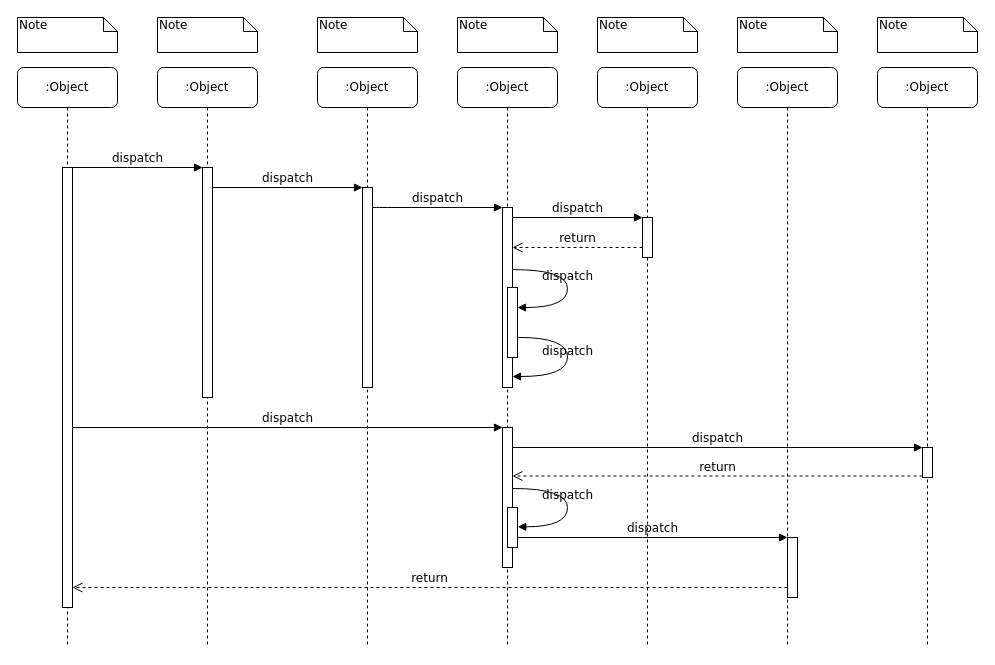
watchpoints/weekly keeps this draw.io diagram as Excel/2022/未命名绘图.drawio. Above is the earlier version. Source tidied: cells renumbered, new cells numbered last; positions are measured from the earlier drawing's top-left corner, leaving out a move shared by most shapes. Both pictures are drawn from the tidied source at 100%, with x=0, y=0 at pixel (17, 17).
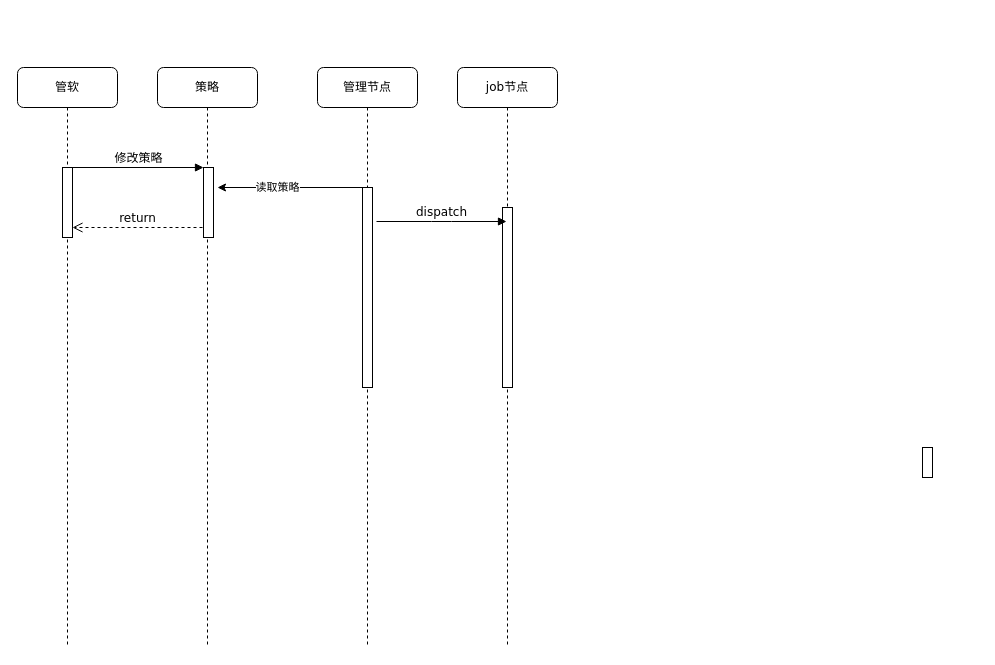
The same diagram, later.

The change refers to these unchanged cells:
```xml
<mxCell id="5" style="html=1;points=[];perimeter=orthogonalPerimeter;rounded=0;shadow=0;comic=0;labelBackgroundColor=none;strokeWidth=1;fontFamily=Verdana;fontSize=12;align=center;" parent="4" vertex="1">
  <mxGeometry x="45" y="120" width="10" height="200" as="geometry" />
</mxCell>
<mxCell id="12" style="html=1;points=[];perimeter=orthogonalPerimeter;rounded=0;shadow=0;comic=0;labelBackgroundColor=none;strokeWidth=1;fontFamily=Verdana;fontSize=12;align=center;" parent="1" vertex="1">
  <mxGeometry x="485" y="190" width="10" height="180" as="geometry" />
</mxCell>
<mxCell id="19" style="html=1;points=[];perimeter=orthogonalPerimeter;rounded=0;shadow=0;comic=0;labelBackgroundColor=none;strokeColor=#000000;strokeWidth=1;fillColor=#FFFFFF;fontFamily=Verdana;fontSize=12;fontColor=#000000;align=center;" parent="1" vertex="1">
  <mxGeometry x="905" y="430" width="10" height="30" as="geometry" />
</mxCell>
```

Change to the diagram source:
```diff
@@
-    <mxCell id="2" value=":Object" style="shape=umlLifeline;perimeter=lifelinePerimeter;whiteSpace=wrap;html=1;rounded=1;shadow=0;comic=0;labelBackgroundColor=none;strokeWidth=1;fontFamily=Verdana;fontSize=12;align=center;" parent="1" vertex="1">
+    <mxCell id="2" value="策略" style="shape=umlLifeline;perimeter=lifelinePerimeter;whiteSpace=wrap;html=1;rounded=1;shadow=0;comic=0;labelBackgroundColor=none;strokeWidth=1;fontFamily=Verdana;fontSize=12;align=center;" parent="1" vertex="1">
       <mxGeometry x="140" y="50" width="100" height="580" as="geometry" />
     </mxCell>
     <mxCell id="3" style="html=1;points=[];perimeter=orthogonalPerimeter;rounded=0;shadow=0;comic=0;labelBackgroundColor=none;strokeWidth=1;fontFamily=Verdana;fontSize=12;align=center;" parent="2" vertex="1">
-      <mxGeometry x="45" y="100" width="10" height="230" as="geometry" />
+      <mxGeometry x="46" y="100" width="10" height="70" as="geometry" />
     </mxCell>
+    <mxCell id="39" style="endArrow=classic;html=1;rounded=0;" parent="2" edge="1" source="4">
+      <mxGeometry relative="1" as="geometry">
+        <mxPoint x="60" y="120" as="targetPoint" />
+      </mxGeometry>
+    </mxCell>
+    <mxCell id="40" value="读取策略" style="edgeLabel;html=1;align=center;verticalAlign=middle;" parent="39" vertex="1">
+      <mxGeometry x="0.21" y="-1" relative="1" as="geometry" />
+    </mxCell>
-    <mxCell id="4" value=":Object" style="shape=umlLifeline;perimeter=lifelinePerimeter;whiteSpace=wrap;html=1;outlineConnect=0;rounded=1;shadow=0;comic=0;labelBackgroundColor=none;strokeWidth=1;fontFamily=Verdana;fontSize=12;align=center;" parent="1" vertex="1">
+    <mxCell id="4" value="管理节点" style="shape=umlLifeline;perimeter=lifelinePerimeter;whiteSpace=wrap;html=1;outlineConnect=0;rounded=1;shadow=0;comic=0;labelBackgroundColor=none;strokeWidth=1;fontFamily=Verdana;fontSize=12;align=center;" parent="1" vertex="1">
       <mxGeometry x="300" y="50" width="100" height="580" as="geometry" />
     </mxCell>
@@
-    <mxCell id="6" value=":Object" style="shape=umlLifeline;perimeter=lifelinePerimeter;whiteSpace=wrap;html=1;rounded=1;shadow=0;comic=0;labelBackgroundColor=none;strokeWidth=1;fontFamily=Verdana;fontSize=12;align=center;" parent="1" vertex="1">
+    <mxCell id="6" value="job节点" style="shape=umlLifeline;perimeter=lifelinePerimeter;whiteSpace=wrap;html=1;rounded=1;shadow=0;comic=0;labelBackgroundColor=none;strokeWidth=1;fontFamily=Verdana;fontSize=12;align=center;" parent="1" vertex="1">
       <mxGeometry x="440" y="50" width="100" height="580" as="geometry" />
     </mxCell>
-    <mxCell id="7" value=":Object" style="shape=umlLifeline;perimeter=lifelinePerimeter;whiteSpace=wrap;html=1;rounded=1;shadow=0;comic=0;labelBackgroundColor=none;strokeWidth=1;fontFamily=Verdana;fontSize=12;align=center;" parent="1" vertex="1">
-      <mxGeometry x="580" y="50" width="100" height="580" as="geometry" />
-    </mxCell>
-    <mxCell id="8" value=":Object" style="shape=umlLifeline;perimeter=lifelinePerimeter;whiteSpace=wrap;html=1;rounded=1;shadow=0;comic=0;labelBackgroundColor=none;strokeWidth=1;fontFamily=Verdana;fontSize=12;align=center;" parent="1" vertex="1">
-      <mxGeometry x="720" y="50" width="100" height="580" as="geometry" />
-    </mxCell>
-    <mxCell id="9" value=":Object" style="shape=umlLifeline;perimeter=lifelinePerimeter;whiteSpace=wrap;html=1;rounded=1;shadow=0;comic=0;labelBackgroundColor=none;strokeWidth=1;fontFamily=Verdana;fontSize=12;align=center;" parent="1" vertex="1">
-      <mxGeometry x="860" y="50" width="100" height="580" as="geometry" />
-    </mxCell>
-    <mxCell id="10" value=":Object" style="shape=umlLifeline;perimeter=lifelinePerimeter;whiteSpace=wrap;html=1;rounded=1;shadow=0;comic=0;labelBackgroundColor=none;strokeWidth=1;fontFamily=Verdana;fontSize=12;align=center;" parent="1" vertex="1">
+    <mxCell id="10" value="管软" style="shape=umlLifeline;perimeter=lifelinePerimeter;whiteSpace=wrap;html=1;rounded=1;shadow=0;comic=0;labelBackgroundColor=none;strokeWidth=1;fontFamily=Verdana;fontSize=12;align=center;" parent="1" vertex="1">
       <mxGeometry y="50" width="100" height="580" as="geometry" />
     </mxCell>
     <mxCell id="11" style="html=1;points=[];perimeter=orthogonalPerimeter;rounded=0;shadow=0;comic=0;labelBackgroundColor=none;strokeWidth=1;fontFamily=Verdana;fontSize=12;align=center;" parent="10" vertex="1">
-      <mxGeometry x="45" y="100" width="10" height="440" as="geometry" />
+      <mxGeometry x="45" y="100" width="10" height="70" as="geometry" />
     </mxCell>
@@
-    <mxCell id="13" value="dispatch" style="html=1;verticalAlign=bottom;endArrow=block;labelBackgroundColor=none;fontFamily=Verdana;fontSize=12;edgeStyle=elbowEdgeStyle;elbow=vertical;" parent="1" edge="1" source="5" target="12">
-      <mxGeometry relative="1" as="geometry">
-        <Array as="points">
-          <mxPoint x="360" y="190" />
-        </Array>
-      </mxGeometry>
-    </mxCell>
-    <mxCell id="14" style="html=1;points=[];perimeter=orthogonalPerimeter;rounded=0;shadow=0;comic=0;labelBackgroundColor=none;strokeWidth=1;fontFamily=Verdana;fontSize=12;align=center;" parent="1" vertex="1">
-      <mxGeometry x="625" y="200" width="10" height="40" as="geometry" />
-    </mxCell>
-    <mxCell id="15" value="dispatch" style="html=1;verticalAlign=bottom;endArrow=block;entryX=0;entryY=0;labelBackgroundColor=none;fontFamily=Verdana;fontSize=12;edgeStyle=elbowEdgeStyle;elbow=vertical;" parent="1" edge="1" source="12" target="14">
-      <mxGeometry relative="1" as="geometry" />
+    <mxCell id="15" value="dispatch" style="html=1;verticalAlign=bottom;endArrow=block;entryX=0;entryY=0;labelBackgroundColor=none;fontFamily=Verdana;fontSize=12;edgeStyle=elbowEdgeStyle;elbow=vertical;" parent="1" edge="1">
+      <mxGeometry relative="1" as="geometry">
+        <mxPoint x="359" y="204" as="sourcePoint" />
+        <mxPoint x="489" y="204" as="targetPoint" />
+      </mxGeometry>
     </mxCell>
-    <mxCell id="16" value="return" style="html=1;verticalAlign=bottom;endArrow=open;dashed=1;endSize=8;labelBackgroundColor=none;fontFamily=Verdana;fontSize=12;edgeStyle=elbowEdgeStyle;elbow=vertical;" parent="1" edge="1" source="14" target="12">
+    <mxCell id="16" value="return" style="html=1;verticalAlign=bottom;endArrow=open;dashed=1;endSize=8;labelBackgroundColor=none;fontFamily=Verdana;fontSize=12;edgeStyle=elbowEdgeStyle;elbow=vertical;" parent="1" edge="1">
       <mxGeometry relative="1" as="geometry">
+        <mxPoint x="185" y="210" as="sourcePoint" />
+        <mxPoint x="55" y="210" as="targetPoint" />
         <Array as="points">
-          <mxPoint x="570" y="230" />
-          <mxPoint x="600" y="230" />
+          <mxPoint x="130" y="210" />
+          <mxPoint x="160" y="210" />
         </Array>
       </mxGeometry>
     </mxCell>
-    <mxCell id="17" style="html=1;points=[];perimeter=orthogonalPerimeter;rounded=0;shadow=0;comic=0;labelBackgroundColor=none;strokeWidth=1;fontFamily=Verdana;fontSize=12;align=center;" parent="1" vertex="1">
-      <mxGeometry x="485" y="410" width="10" height="140" as="geometry" />
-    </mxCell>
-    <mxCell id="18" value="dispatch" style="html=1;verticalAlign=bottom;endArrow=block;entryX=0;entryY=0;labelBackgroundColor=none;fontFamily=Verdana;fontSize=12;" parent="1" edge="1" source="11" target="17">
-      <mxGeometry relative="1" as="geometry" />
-    </mxCell>
@@
-    <mxCell id="20" value="dispatch" style="html=1;verticalAlign=bottom;endArrow=block;entryX=0;entryY=0;labelBackgroundColor=none;fontFamily=Verdana;fontSize=12;" parent="1" edge="1" source="17" target="19">
-      <mxGeometry relative="1" as="geometry" />
-    </mxCell>
-    <mxCell id="21" value="return" style="html=1;verticalAlign=bottom;endArrow=open;dashed=1;endSize=8;exitX=0;exitY=0.95;labelBackgroundColor=none;fontFamily=Verdana;fontSize=12;" parent="1" edge="1" source="19" target="17">
-      <mxGeometry relative="1" as="geometry" />
-    </mxCell>
-    <mxCell id="22" style="html=1;points=[];perimeter=orthogonalPerimeter;rounded=0;shadow=0;comic=0;labelBackgroundColor=none;strokeWidth=1;fontFamily=Verdana;fontSize=12;align=center;" parent="1" vertex="1">
-      <mxGeometry x="770" y="520" width="10" height="60" as="geometry" />
-    </mxCell>
-    <mxCell id="23" value="dispatch" style="html=1;verticalAlign=bottom;endArrow=block;entryX=0;entryY=0;labelBackgroundColor=none;fontFamily=Verdana;fontSize=12;edgeStyle=elbowEdgeStyle;elbow=vertical;" parent="1" edge="1" source="30" target="22">
-      <mxGeometry relative="1" as="geometry" />
-    </mxCell>
-    <mxCell id="24" value="return" style="html=1;verticalAlign=bottom;endArrow=open;dashed=1;endSize=8;labelBackgroundColor=none;fontFamily=Verdana;fontSize=12;edgeStyle=elbowEdgeStyle;elbow=vertical;" parent="1" edge="1" source="22" target="11">
-      <mxGeometry relative="1" as="geometry">
-        <Array as="points">
-          <mxPoint x="470" y="570" />
-        </Array>
-      </mxGeometry>
-    </mxCell>
-    <mxCell id="25" value="dispatch" style="html=1;verticalAlign=bottom;endArrow=block;entryX=0;entryY=0;labelBackgroundColor=none;fontFamily=Verdana;fontSize=12;edgeStyle=elbowEdgeStyle;elbow=vertical;" parent="1" edge="1" source="11" target="3">
+    <mxCell id="25" value="修改策略" style="html=1;verticalAlign=bottom;endArrow=block;entryX=0;entryY=0;labelBackgroundColor=none;fontFamily=Verdana;fontSize=12;edgeStyle=elbowEdgeStyle;elbow=vertical;" parent="1" edge="1" source="11" target="3">
       <mxGeometry relative="1" as="geometry" />
     </mxCell>
-    <mxCell id="26" value="dispatch" style="html=1;verticalAlign=bottom;endArrow=block;entryX=0;entryY=0;labelBackgroundColor=none;fontFamily=Verdana;fontSize=12;edgeStyle=elbowEdgeStyle;elbow=vertical;" parent="1" edge="1" source="3" target="5">
-      <mxGeometry relative="1" as="geometry" />
-    </mxCell>
-    <mxCell id="27" style="html=1;points=[];perimeter=orthogonalPerimeter;rounded=0;shadow=0;comic=0;labelBackgroundColor=none;strokeWidth=1;fontFamily=Verdana;fontSize=12;align=center;" parent="1" vertex="1">
-      <mxGeometry x="490" y="270" width="10" height="70" as="geometry" />
-    </mxCell>
-    <mxCell id="28" value="dispatch" style="html=1;verticalAlign=bottom;endArrow=block;labelBackgroundColor=none;fontFamily=Verdana;fontSize=12;elbow=vertical;edgeStyle=orthogonalEdgeStyle;curved=1;entryX=1;entryY=0.286;entryPerimeter=0;exitX=1.038;exitY=0.345;exitPerimeter=0;" parent="1" edge="1" source="12" target="27">
-      <mxGeometry relative="1" as="geometry">
-        <Array as="points">
-          <mxPoint x="550" y="252" />
-          <mxPoint x="550" y="290" />
-        </Array>
-      </mxGeometry>
-    </mxCell>
-    <mxCell id="29" value="dispatch" style="html=1;verticalAlign=bottom;endArrow=block;labelBackgroundColor=none;fontFamily=Verdana;fontSize=12;elbow=vertical;edgeStyle=orthogonalEdgeStyle;curved=1;exitX=1.066;exitY=0.713;exitPerimeter=0;" parent="1" edge="1" source="27">
-      <mxGeometry relative="1" as="geometry">
-        <mxPoint x="495" y="359" as="targetPoint" />
-        <Array as="points">
-          <mxPoint x="550" y="320" />
-          <mxPoint x="550" y="359" />
-        </Array>
-      </mxGeometry>
-    </mxCell>
-    <mxCell id="30" style="html=1;points=[];perimeter=orthogonalPerimeter;rounded=0;shadow=0;comic=0;labelBackgroundColor=none;strokeWidth=1;fontFamily=Verdana;fontSize=12;align=center;" parent="1" vertex="1">
-      <mxGeometry x="490" y="490" width="10" height="40" as="geometry" />
-    </mxCell>
-    <mxCell id="31" value="dispatch" style="html=1;verticalAlign=bottom;endArrow=block;labelBackgroundColor=none;fontFamily=Verdana;fontSize=12;elbow=vertical;edgeStyle=orthogonalEdgeStyle;curved=1;entryX=1;entryY=0.286;entryPerimeter=0;exitX=1.038;exitY=0.345;exitPerimeter=0;" parent="1" edge="1">
-      <mxGeometry relative="1" as="geometry">
-        <mxPoint x="495.3" y="471" as="sourcePoint" />
-        <mxPoint x="500.3" y="509.3" as="targetPoint" />
-        <Array as="points">
-          <mxPoint x="550" y="471" />
-          <mxPoint x="550" y="509" />
-        </Array>
-      </mxGeometry>
-    </mxCell>
-    <mxCell id="32" value="Note" style="shape=note;whiteSpace=wrap;html=1;size=14;verticalAlign=top;align=left;spacingTop=-6;rounded=0;shadow=0;comic=0;labelBackgroundColor=none;strokeWidth=1;fontFamily=Verdana;fontSize=12;" parent="1" vertex="1">
-      <mxGeometry width="100" height="35" as="geometry" />
-    </mxCell>
-    <mxCell id="33" value="Note" style="shape=note;whiteSpace=wrap;html=1;size=14;verticalAlign=top;align=left;spacingTop=-6;rounded=0;shadow=0;comic=0;labelBackgroundColor=none;strokeWidth=1;fontFamily=Verdana;fontSize=12;" parent="1" vertex="1">
-      <mxGeometry x="140" width="100" height="35" as="geometry" />
-    </mxCell>
-    <mxCell id="34" value="Note" style="shape=note;whiteSpace=wrap;html=1;size=14;verticalAlign=top;align=left;spacingTop=-6;rounded=0;shadow=0;comic=0;labelBackgroundColor=none;strokeWidth=1;fontFamily=Verdana;fontSize=12;" parent="1" vertex="1">
-      <mxGeometry x="300" width="100" height="35" as="geometry" />
-    </mxCell>
-    <mxCell id="35" value="Note" style="shape=note;whiteSpace=wrap;html=1;size=14;verticalAlign=top;align=left;spacingTop=-6;rounded=0;shadow=0;comic=0;labelBackgroundColor=none;strokeWidth=1;fontFamily=Verdana;fontSize=12;" parent="1" vertex="1">
-      <mxGeometry x="440" width="100" height="35" as="geometry" />
-    </mxCell>
-    <mxCell id="36" value="Note" style="shape=note;whiteSpace=wrap;html=1;size=14;verticalAlign=top;align=left;spacingTop=-6;rounded=0;shadow=0;comic=0;labelBackgroundColor=none;strokeWidth=1;fontFamily=Verdana;fontSize=12;" parent="1" vertex="1">
-      <mxGeometry x="580" width="100" height="35" as="geometry" />
-    </mxCell>
-    <mxCell id="37" value="Note" style="shape=note;whiteSpace=wrap;html=1;size=14;verticalAlign=top;align=left;spacingTop=-6;rounded=0;shadow=0;comic=0;labelBackgroundColor=none;strokeWidth=1;fontFamily=Verdana;fontSize=12;" parent="1" vertex="1">
-      <mxGeometry x="720" width="100" height="35" as="geometry" />
-    </mxCell>
-    <mxCell id="38" value="Note" style="shape=note;whiteSpace=wrap;html=1;size=14;verticalAlign=top;align=left;spacingTop=-6;rounded=0;shadow=0;comic=0;labelBackgroundColor=none;strokeWidth=1;fontFamily=Verdana;fontSize=12;" parent="1" vertex="1">
-      <mxGeometry x="860" width="100" height="35" as="geometry" />
-    </mxCell>
```
